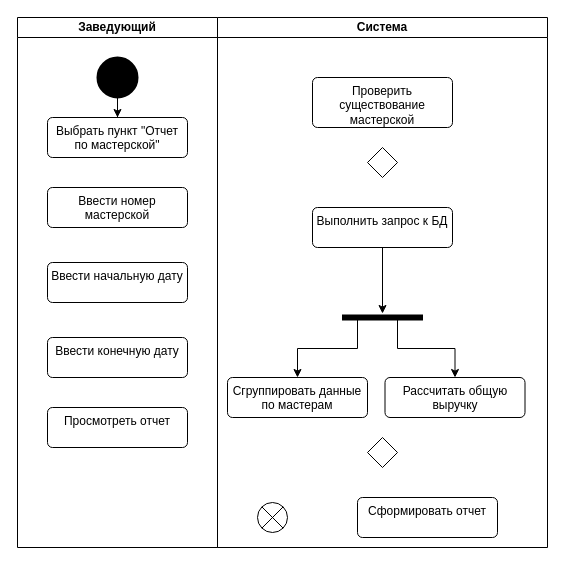
Above: drawio/p3_2.drawio in NgdMav/tpmp-lab4-uml (draw.io), before the change. Source tidied: cells renumbered, new cells numbered last; positions are measured from the earlier drawing's top-left corner, leaving out a move shared by most shapes. Both pictures are drawn from the tidied source at 100%, with x=0, y=0 at pixel (17, 17).
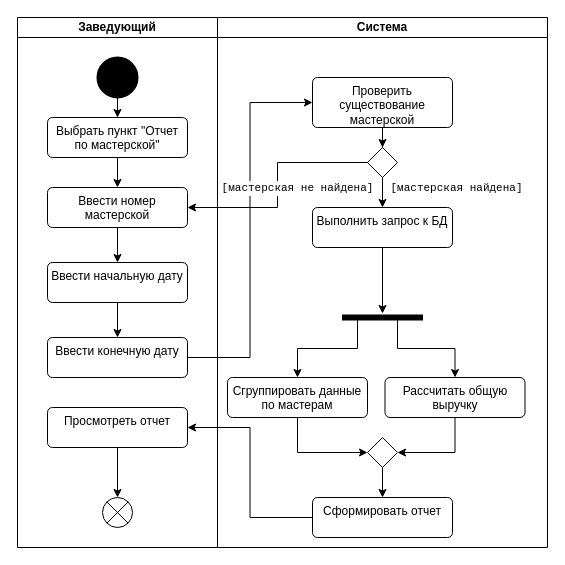
The same page after the edit.

Unchanged cells that the change refers to:
```xml
<mxCell id="2" value="&lt;strong&gt;&lt;span&gt;Заведующий&lt;/span&gt;&lt;/strong&gt;" style="swimlane;startSize=20;whiteSpace=wrap;html=1;" parent="1" vertex="1">
  <mxGeometry width="200" height="530" as="geometry" />
</mxCell>
<mxCell id="5" value="&lt;span&gt;Выбрать пункт &quot;Отчет по мастерской&quot;&lt;/span&gt;" style="html=1;align=center;verticalAlign=top;rounded=1;absoluteArcSize=1;arcSize=10;dashed=0;whiteSpace=wrap;" parent="2" vertex="1">
  <mxGeometry x="30" y="100" width="140" height="40" as="geometry" />
</mxCell>
<mxCell id="6" value="&lt;span&gt;Ввести номер мастерской&lt;/span&gt;" style="html=1;align=center;verticalAlign=top;rounded=1;absoluteArcSize=1;arcSize=10;dashed=0;whiteSpace=wrap;" parent="2" vertex="1">
  <mxGeometry x="30" y="170" width="140" height="40" as="geometry" />
</mxCell>
<mxCell id="7" value="&lt;span&gt;Ввести начальную дату&lt;/span&gt;" style="html=1;align=center;verticalAlign=top;rounded=1;absoluteArcSize=1;arcSize=10;dashed=0;whiteSpace=wrap;" parent="2" vertex="1">
  <mxGeometry x="30" y="245" width="140" height="40" as="geometry" />
</mxCell>
<mxCell id="8" value="&lt;span&gt;Ввести конечную дату&lt;/span&gt;" style="html=1;align=center;verticalAlign=top;rounded=1;absoluteArcSize=1;arcSize=10;dashed=0;whiteSpace=wrap;" parent="2" vertex="1">
  <mxGeometry x="30" y="320" width="140" height="40" as="geometry" />
</mxCell>
<mxCell id="9" value="&lt;span&gt;Просмотреть отчет&lt;/span&gt;" style="html=1;align=center;verticalAlign=top;rounded=1;absoluteArcSize=1;arcSize=10;dashed=0;whiteSpace=wrap;" parent="2" vertex="1">
  <mxGeometry x="30" y="390" width="140" height="40" as="geometry" />
</mxCell>
<mxCell id="10" value="&lt;strong&gt;&lt;span&gt;Система&lt;/span&gt;&lt;/strong&gt;" style="swimlane;startSize=20;whiteSpace=wrap;html=1;" parent="1" vertex="1">
  <mxGeometry x="200" width="330" height="530" as="geometry" />
</mxCell>
<mxCell id="11" value="&lt;span&gt;Проверить существование мастерской&lt;/span&gt;" style="html=1;align=center;verticalAlign=top;rounded=1;absoluteArcSize=1;arcSize=10;dashed=0;whiteSpace=wrap;" parent="10" vertex="1">
  <mxGeometry x="95" y="60" width="140" height="50" as="geometry" />
</mxCell>
<mxCell id="12" value="&lt;span&gt;Выполнить запрос к БД&lt;/span&gt;" style="html=1;align=center;verticalAlign=top;rounded=1;absoluteArcSize=1;arcSize=10;dashed=0;whiteSpace=wrap;" parent="10" vertex="1">
  <mxGeometry x="95" y="190" width="140" height="40" as="geometry" />
</mxCell>
<mxCell id="13" value="&lt;span&gt;Сгруппировать данные по мастерам&lt;/span&gt;" style="html=1;align=center;verticalAlign=top;rounded=1;absoluteArcSize=1;arcSize=10;dashed=0;whiteSpace=wrap;" parent="10" vertex="1">
  <mxGeometry x="10" y="360" width="140" height="40" as="geometry" />
</mxCell>
<mxCell id="14" value="&lt;span&gt;Рассчитать общую выручку&lt;/span&gt;" style="html=1;align=center;verticalAlign=top;rounded=1;absoluteArcSize=1;arcSize=10;dashed=0;whiteSpace=wrap;" parent="10" vertex="1">
  <mxGeometry x="167.5" y="360" width="140" height="40" as="geometry" />
</mxCell>
<mxCell id="17" style="rhombus;" parent="10" vertex="1">
  <mxGeometry x="150" y="130" width="30" height="30" as="geometry" />
</mxCell>
<mxCell id="22" style="rhombus;" parent="10" vertex="1">
  <mxGeometry x="150" y="420" width="30" height="30" as="geometry" />
</mxCell>
```

Diff of the diagram source:
```diff
@@
+    <mxCell id="23" style="edgeStyle=orthogonalEdgeStyle;rounded=0;jettySize=auto;html=1;" parent="2" edge="1" source="5" target="6">
+      <mxGeometry relative="1" as="geometry" />
+    </mxCell>
@@
+    <mxCell id="24" style="edgeStyle=orthogonalEdgeStyle;rounded=0;jettySize=auto;html=1;entryX=0.5;entryY=0;entryDx=0;entryDy=0;" parent="2" edge="1" source="6" target="7">
+      <mxGeometry relative="1" as="geometry" />
+    </mxCell>
@@
+    <mxCell id="25" style="edgeStyle=orthogonalEdgeStyle;rounded=0;jettySize=auto;html=1;" parent="2" edge="1" source="7" target="8">
+      <mxGeometry relative="1" as="geometry" />
+    </mxCell>
@@
+    <mxCell id="26" style="edgeStyle=orthogonalEdgeStyle;rounded=0;jettySize=auto;html=1;entryX=0.5;entryY=0;entryDx=0;entryDy=0;" parent="2" edge="1" source="9" target="16">
+      <mxGeometry relative="1" as="geometry" />
+    </mxCell>
@@
+    <mxCell id="16" style="shape=sumEllipse;perimeter=ellipsePerimeter;html=1;backgroundOutline=1;" parent="2" vertex="1">
+      <mxGeometry x="85" y="480" width="30" height="30" as="geometry" />
+    </mxCell>
@@
+    <mxCell id="27" style="edgeStyle=orthogonalEdgeStyle;rounded=0;jettySize=auto;html=1;" parent="10" edge="1" source="11" target="17">
+      <mxGeometry relative="1" as="geometry" />
+    </mxCell>
@@
+    <mxCell id="28" style="edgeStyle=orthogonalEdgeStyle;rounded=0;jettySize=auto;html=1;entryX=0;entryY=0.5;entryDx=0;entryDy=0;" parent="10" edge="1" source="13" target="22">
+      <mxGeometry relative="1" as="geometry" />
+    </mxCell>
@@
+    <mxCell id="29" style="edgeStyle=orthogonalEdgeStyle;rounded=0;jettySize=auto;html=1;entryX=1;entryY=0.5;entryDx=0;entryDy=0;" parent="10" edge="1" source="14" target="22">
+      <mxGeometry relative="1" as="geometry" />
+    </mxCell>
@@
     <mxCell id="15" value="&lt;span&gt;Сформировать отчет&lt;/span&gt;" style="html=1;align=center;verticalAlign=top;rounded=1;absoluteArcSize=1;arcSize=10;dashed=0;whiteSpace=wrap;" parent="10" vertex="1">
-      <mxGeometry x="140" y="480" width="140" height="40" as="geometry" />
+      <mxGeometry x="95" y="480" width="140" height="40" as="geometry" />
     </mxCell>
-    <mxCell id="16" style="shape=sumEllipse;perimeter=ellipsePerimeter;html=1;backgroundOutline=1;" parent="10" vertex="1">
-      <mxGeometry x="40" y="485" width="30" height="30" as="geometry" />
-    </mxCell>
+    <mxCell id="30" style="edgeStyle=orthogonalEdgeStyle;rounded=0;jettySize=auto;html=1;entryX=0.5;entryY=0;entryDx=0;entryDy=0;" parent="10" edge="1" source="17" target="12">
+      <mxGeometry relative="1" as="geometry" />
+    </mxCell>
+    <mxCell id="31" value="&lt;code&gt;[мастерская найдена]&lt;/code&gt;" style="edgeLabel;html=1;align=center;verticalAlign=middle;" parent="30" vertex="1">
+      <mxGeometry x="0.28" y="-2" relative="1" as="geometry">
+        <mxPoint x="75" y="-2" as="offset" />
+      </mxGeometry>
+    </mxCell>
@@
+    <mxCell id="32" style="edgeStyle=orthogonalEdgeStyle;rounded=0;jettySize=auto;html=1;" parent="10" edge="1" source="22" target="15">
+      <mxGeometry relative="1" as="geometry" />
+    </mxCell>
@@
+    <mxCell id="33" style="edgeStyle=orthogonalEdgeStyle;rounded=0;jettySize=auto;html=1;entryX=0;entryY=0.5;entryDx=0;entryDy=0;" parent="1" edge="1" source="8" target="11">
+      <mxGeometry relative="1" as="geometry" />
+    </mxCell>
+    <mxCell id="34" style="edgeStyle=orthogonalEdgeStyle;rounded=0;jettySize=auto;html=1;entryX=1;entryY=0.5;entryDx=0;entryDy=0;" parent="1" edge="1" source="17" target="6">
+      <mxGeometry relative="1" as="geometry" />
+    </mxCell>
+    <mxCell id="35" value="&lt;code&gt;[мастерская не найдена]&lt;/code&gt;" style="edgeLabel;html=1;align=center;verticalAlign=middle;" parent="34" vertex="1">
+      <mxGeometry x="-0.72" relative="1" as="geometry">
+        <mxPoint x="-39" y="25" as="offset" />
+      </mxGeometry>
+    </mxCell>
+    <mxCell id="36" style="edgeStyle=orthogonalEdgeStyle;rounded=0;jettySize=auto;html=1;entryX=1;entryY=0.5;entryDx=0;entryDy=0;" parent="1" edge="1" source="15" target="9">
+      <mxGeometry relative="1" as="geometry" />
+    </mxCell>
```
